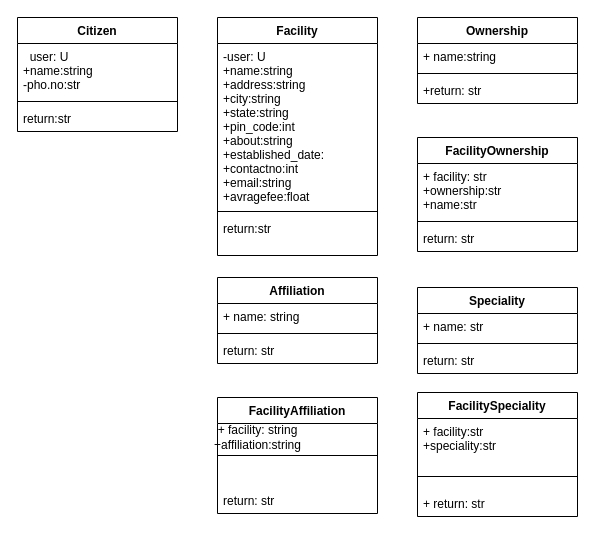
Above: Untitled Diagram.drawio in thakarpriyam30/thakarpriyam30 (draw.io), before the change. Source tidied: cells renumbered, new cells numbered last; positions are measured from the earlier drawing's top-left corner, leaving out a move shared by most shapes. Both pictures are drawn from the tidied source at 100%, with x=0, y=0 at pixel (17, 17).
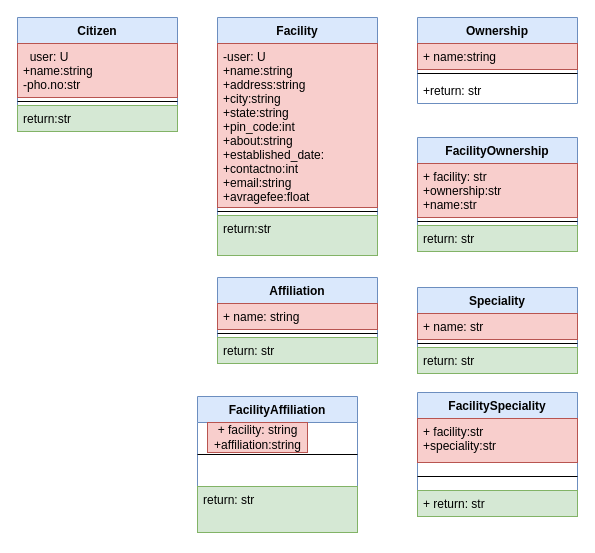
After the change.

Diff of the diagram source:
```diff
@@
-    <mxCell id="2" value="Citizen" style="swimlane;fontStyle=1;align=center;verticalAlign=top;horizontal=1;startSize=26;" parent="1" vertex="1">
+    <mxCell id="2" value="Citizen" style="swimlane;fontStyle=1;align=center;verticalAlign=top;horizontal=1;startSize=26;fillColor=#dae8fc;strokeColor=#6c8ebf;" parent="1" vertex="1">
       <mxGeometry width="160" height="114" as="geometry" />
     </mxCell>
-    <mxCell id="3" value="  user: U&#10;+name:string&#10;-pho.no:str" style="text;strokeColor=none;fillColor=none;align=left;verticalAlign=top;spacingLeft=4;spacingRight=4;overflow=hidden;" parent="2" vertex="1">
+    <mxCell id="3" value="  user: U&#10;+name:string&#10;-pho.no:str" style="text;strokeColor=#b85450;fillColor=#f8cecc;align=left;verticalAlign=top;spacingLeft=4;spacingRight=4;overflow=hidden;" parent="2" vertex="1">
       <mxGeometry y="26" width="160" height="54" as="geometry" />
     </mxCell>
@@
-    <mxCell id="5" value="return:str" style="text;strokeColor=none;fillColor=none;align=left;verticalAlign=top;spacingLeft=4;spacingRight=4;overflow=hidden;" parent="2" vertex="1">
+    <mxCell id="5" value="return:str" style="text;align=left;verticalAlign=top;spacingLeft=4;spacingRight=4;overflow=hidden;fillColor=#d5e8d4;strokeColor=#82b366;" parent="2" vertex="1">
       <mxGeometry y="88" width="160" height="26" as="geometry" />
     </mxCell>
-    <mxCell id="6" value="Facility" style="swimlane;fontStyle=1;align=center;verticalAlign=top;horizontal=1;startSize=26;" parent="1" vertex="1">
+    <mxCell id="6" value="Facility" style="swimlane;fontStyle=1;align=center;verticalAlign=top;horizontal=1;startSize=26;fillColor=#dae8fc;strokeColor=#6c8ebf;" parent="1" vertex="1">
       <mxGeometry x="200" width="160" height="238" as="geometry" />
     </mxCell>
-    <mxCell id="7" value="-user: U&#10;+name:string&#10;+address:string&#10;+city:string&#10;+state:string&#10;+pin_code:int&#10;+about:string&#10;+established_date:&#10;+contactno:int&#10;+email:string&#10;+avragefee:float" style="text;strokeColor=none;fillColor=none;align=left;verticalAlign=top;spacingLeft=4;spacingRight=4;overflow=hidden;" parent="6" vertex="1">
+    <mxCell id="7" value="-user: U&#10;+name:string&#10;+address:string&#10;+city:string&#10;+state:string&#10;+pin_code:int&#10;+about:string&#10;+established_date:&#10;+contactno:int&#10;+email:string&#10;+avragefee:float" style="text;strokeColor=#b85450;fillColor=#f8cecc;align=left;verticalAlign=top;spacingLeft=4;spacingRight=4;overflow=hidden;" parent="6" vertex="1">
       <mxGeometry y="26" width="160" height="164" as="geometry" />
     </mxCell>
@@
-    <mxCell id="9" value="return:str " style="text;strokeColor=none;fillColor=none;align=left;verticalAlign=top;spacingLeft=4;spacingRight=4;overflow=hidden;" parent="6" vertex="1">
+    <mxCell id="9" value="return:str " style="text;strokeColor=#82b366;fillColor=#d5e8d4;align=left;verticalAlign=top;spacingLeft=4;spacingRight=4;overflow=hidden;" parent="6" vertex="1">
       <mxGeometry y="198" width="160" height="40" as="geometry" />
     </mxCell>
-    <mxCell id="10" value=" Affiliation" style="swimlane;fontStyle=1;align=center;verticalAlign=top;horizontal=1;startSize=26;" parent="1" vertex="1">
+    <mxCell id="10" value=" Affiliation" style="swimlane;fontStyle=1;align=center;verticalAlign=top;horizontal=1;startSize=26;fillColor=#dae8fc;strokeColor=#6c8ebf;" parent="1" vertex="1">
       <mxGeometry x="200" y="260" width="160" height="86" as="geometry" />
     </mxCell>
-    <mxCell id="11" value="+ name: string" style="text;strokeColor=none;fillColor=none;align=left;verticalAlign=top;spacingLeft=4;spacingRight=4;overflow=hidden;" parent="10" vertex="1">
+    <mxCell id="11" value="+ name: string" style="text;strokeColor=#b85450;fillColor=#f8cecc;align=left;verticalAlign=top;spacingLeft=4;spacingRight=4;overflow=hidden;" parent="10" vertex="1">
       <mxGeometry y="26" width="160" height="26" as="geometry" />
     </mxCell>
@@
-    <mxCell id="13" value="return: str" style="text;strokeColor=none;fillColor=none;align=left;verticalAlign=top;spacingLeft=4;spacingRight=4;overflow=hidden;" parent="10" vertex="1">
+    <mxCell id="13" value="return: str" style="text;strokeColor=#82b366;fillColor=#d5e8d4;align=left;verticalAlign=top;spacingLeft=4;spacingRight=4;overflow=hidden;" parent="10" vertex="1">
       <mxGeometry y="60" width="160" height="26" as="geometry" />
     </mxCell>
-    <mxCell id="14" value="FacilityAffiliation" style="swimlane;fontStyle=1;align=center;verticalAlign=top;horizontal=1;startSize=26;" parent="1" vertex="1">
-      <mxGeometry x="200" y="380" width="160" height="116" as="geometry" />
+    <mxCell id="14" value="FacilityAffiliation" style="swimlane;fontStyle=1;align=center;verticalAlign=top;horizontal=1;startSize=26;fillColor=#dae8fc;strokeColor=#6c8ebf;" parent="1" vertex="1">
+      <mxGeometry x="180" y="379" width="160" height="136" as="geometry" />
     </mxCell>
@@
-    <mxCell id="16" value="return: str" style="text;strokeColor=none;fillColor=none;align=left;verticalAlign=top;spacingLeft=4;spacingRight=4;overflow=hidden;" parent="14" vertex="1">
-      <mxGeometry y="90" width="160" height="26" as="geometry" />
+    <mxCell id="16" value="return: str" style="text;strokeColor=#82b366;fillColor=#d5e8d4;align=left;verticalAlign=top;spacingLeft=4;spacingRight=4;overflow=hidden;" parent="14" vertex="1">
+      <mxGeometry y="90" width="160" height="46" as="geometry" />
     </mxCell>
-    <mxCell id="17" value="Ownership" style="swimlane;fontStyle=1;align=center;verticalAlign=top;horizontal=1;startSize=26;" parent="1" vertex="1">
+    <mxCell id="17" value="Ownership" style="swimlane;fontStyle=1;align=center;verticalAlign=top;horizontal=1;startSize=26;fillColor=#dae8fc;strokeColor=#6c8ebf;" parent="1" vertex="1">
       <mxGeometry x="400" width="160" height="86" as="geometry" />
     </mxCell>
-    <mxCell id="18" value="+ name:string" style="text;strokeColor=none;fillColor=none;align=left;verticalAlign=top;spacingLeft=4;spacingRight=4;overflow=hidden;" parent="17" vertex="1">
+    <mxCell id="18" value="+ name:string" style="text;strokeColor=#b85450;fillColor=#f8cecc;align=left;verticalAlign=top;spacingLeft=4;spacingRight=4;overflow=hidden;" parent="17" vertex="1">
       <mxGeometry y="26" width="160" height="26" as="geometry" />
     </mxCell>
@@
-    <mxCell id="21" value="FacilityOwnership" style="swimlane;fontStyle=1;align=center;verticalAlign=top;horizontal=1;startSize=26;" parent="1" vertex="1">
+    <mxCell id="21" value="FacilityOwnership" style="swimlane;fontStyle=1;align=center;verticalAlign=top;horizontal=1;startSize=26;fillColor=#dae8fc;strokeColor=#6c8ebf;" parent="1" vertex="1">
       <mxGeometry x="400" y="120" width="160" height="114" as="geometry" />
     </mxCell>
-    <mxCell id="22" value="+ facility: str&#10;+ownership:str&#10;+name:str" style="text;strokeColor=none;fillColor=none;align=left;verticalAlign=top;spacingLeft=4;spacingRight=4;overflow=hidden;" parent="21" vertex="1">
+    <mxCell id="22" value="+ facility: str&#10;+ownership:str&#10;+name:str" style="text;strokeColor=#b85450;fillColor=#f8cecc;align=left;verticalAlign=top;spacingLeft=4;spacingRight=4;overflow=hidden;" parent="21" vertex="1">
       <mxGeometry y="26" width="160" height="54" as="geometry" />
     </mxCell>
@@
-    <mxCell id="24" value="return: str" style="text;strokeColor=none;fillColor=none;align=left;verticalAlign=top;spacingLeft=4;spacingRight=4;overflow=hidden;" parent="21" vertex="1">
+    <mxCell id="24" value="return: str" style="text;strokeColor=#82b366;fillColor=#d5e8d4;align=left;verticalAlign=top;spacingLeft=4;spacingRight=4;overflow=hidden;" parent="21" vertex="1">
       <mxGeometry y="88" width="160" height="26" as="geometry" />
     </mxCell>
-    <mxCell id="25" value="Speciality" style="swimlane;fontStyle=1;align=center;verticalAlign=top;horizontal=1;startSize=26;" parent="1" vertex="1">
+    <mxCell id="25" value="Speciality" style="swimlane;fontStyle=1;align=center;verticalAlign=top;horizontal=1;startSize=26;fillColor=#dae8fc;strokeColor=#6c8ebf;" parent="1" vertex="1">
       <mxGeometry x="400" y="270" width="160" height="86" as="geometry" />
     </mxCell>
-    <mxCell id="26" value="+ name: str" style="text;strokeColor=none;fillColor=none;align=left;verticalAlign=top;spacingLeft=4;spacingRight=4;overflow=hidden;" parent="25" vertex="1">
+    <mxCell id="26" value="+ name: str" style="text;strokeColor=#b85450;fillColor=#f8cecc;align=left;verticalAlign=top;spacingLeft=4;spacingRight=4;overflow=hidden;" parent="25" vertex="1">
       <mxGeometry y="26" width="160" height="26" as="geometry" />
     </mxCell>
@@
-    <mxCell id="28" value="return: str" style="text;strokeColor=none;fillColor=none;align=left;verticalAlign=top;spacingLeft=4;spacingRight=4;overflow=hidden;" parent="25" vertex="1">
+    <mxCell id="28" value="return: str" style="text;strokeColor=#82b366;fillColor=#d5e8d4;align=left;verticalAlign=top;spacingLeft=4;spacingRight=4;overflow=hidden;" parent="25" vertex="1">
       <mxGeometry y="60" width="160" height="26" as="geometry" />
     </mxCell>
-    <mxCell id="29" value="FacilitySpeciality" style="swimlane;fontStyle=1;align=center;verticalAlign=top;horizontal=1;startSize=26;" parent="1" vertex="1">
+    <mxCell id="29" value="FacilitySpeciality" style="swimlane;fontStyle=1;align=center;verticalAlign=top;horizontal=1;startSize=26;fillColor=#dae8fc;strokeColor=#6c8ebf;" parent="1" vertex="1">
       <mxGeometry x="400" y="375" width="160" height="124" as="geometry" />
     </mxCell>
-    <mxCell id="30" value="+ facility:str&#10;+speciality:str " style="text;strokeColor=none;fillColor=none;align=left;verticalAlign=top;spacingLeft=4;spacingRight=4;overflow=hidden;" parent="29" vertex="1">
+    <mxCell id="30" value="+ facility:str&#10;+speciality:str " style="text;strokeColor=#b85450;fillColor=#f8cecc;align=left;verticalAlign=top;spacingLeft=4;spacingRight=4;overflow=hidden;" parent="29" vertex="1">
       <mxGeometry y="26" width="160" height="44" as="geometry" />
     </mxCell>
@@
-    <mxCell id="32" value="+ return: str" style="text;strokeColor=none;fillColor=none;align=left;verticalAlign=top;spacingLeft=4;spacingRight=4;overflow=hidden;" parent="29" vertex="1">
+    <mxCell id="32" value="+ return: str" style="text;strokeColor=#82b366;fillColor=#d5e8d4;align=left;verticalAlign=top;spacingLeft=4;spacingRight=4;overflow=hidden;" parent="29" vertex="1">
       <mxGeometry y="98" width="160" height="26" as="geometry" />
     </mxCell>
-    <mxCell id="33" value="&lt;span style=&quot;text-align: left&quot;&gt;+ facility: string&lt;/span&gt;&lt;br style=&quot;padding: 0px ; margin: 0px ; text-align: left&quot;&gt;&lt;span style=&quot;text-align: left&quot;&gt;+affiliation:string&lt;/span&gt;" style="text;html=1;align=center;verticalAlign=middle;strokeColor=none;fillColor=none;" parent="1" vertex="1">
+    <mxCell id="33" value="&lt;span style=&quot;text-align: left&quot;&gt;+ facility: string&lt;/span&gt;&lt;br style=&quot;padding: 0px ; margin: 0px ; text-align: left&quot;&gt;&lt;span style=&quot;text-align: left&quot;&gt;+affiliation:string&lt;/span&gt;" style="text;html=1;align=center;verticalAlign=middle;strokeColor=#b85450;fillColor=#f8cecc;" parent="1" vertex="1">
       <mxGeometry x="190" y="405" width="100" height="30" as="geometry" />
     </mxCell>
```
